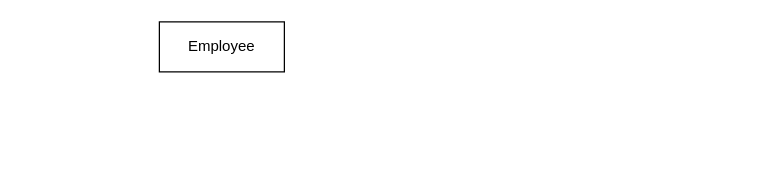
Before: buoi1sql.drawio in frozenproof/dactaphanmem, a draw.io diagram. Source tidied: cells renumbered, new cells numbered last; positions are measured from the earlier drawing's top-left corner, leaving out a move shared by most shapes. Both pictures are drawn from the tidied source at 125%, with x=0, y=0 at pixel (159, 21).
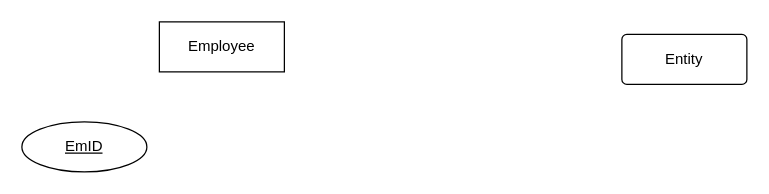
The same diagram, later.

What changed in the source:
```diff
@@
 <mxGraphModel>
   <root>
     <mxCell id="0" />
     <mxCell id="1" parent="0" />
     <mxCell id="2" value="Employee" style="whiteSpace=wrap;html=1;align=center;" parent="1" vertex="1">
       <mxGeometry width="100" height="40" as="geometry" />
     </mxCell>
+    <mxCell id="3" value="EmID" style="ellipse;whiteSpace=wrap;html=1;align=center;fontStyle=4;" parent="1" vertex="1">
+      <mxGeometry x="-110" y="80" width="100" height="40" as="geometry" />
+    </mxCell>
+    <mxCell id="4" value="Entity" style="rounded=1;arcSize=10;whiteSpace=wrap;html=1;align=center;" parent="1" vertex="1">
+      <mxGeometry x="370" y="10" width="100" height="40" as="geometry" />
+    </mxCell>
   </root>
 </mxGraphModel>
```
